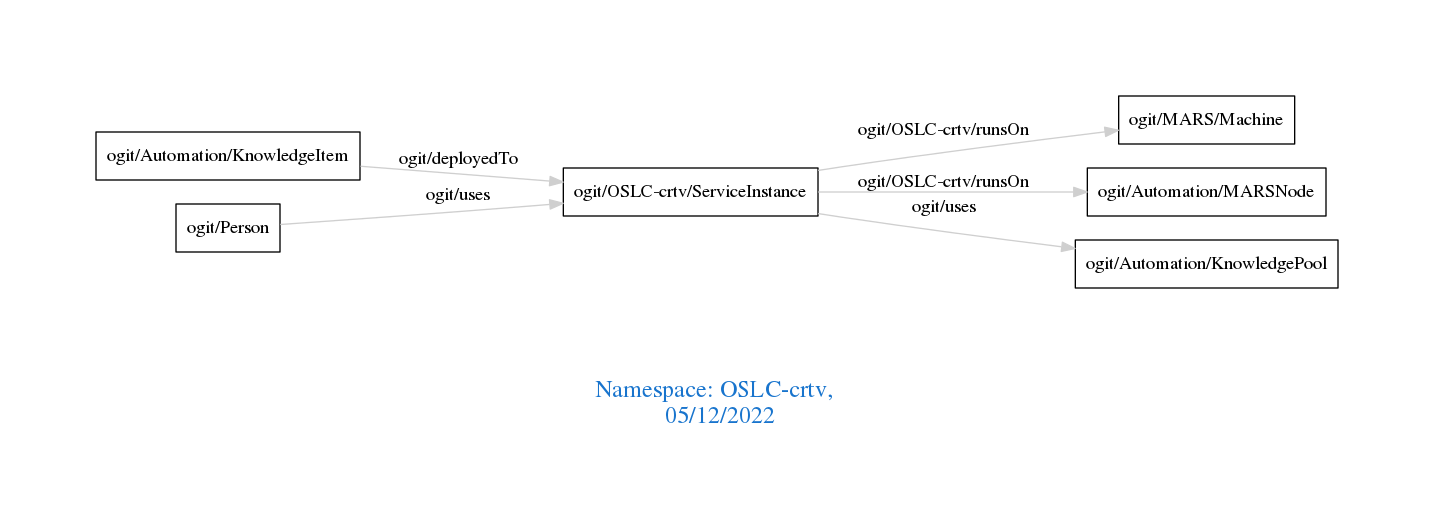
This is downloads/OSLC-crtv.png from arago/OGIT, a Graphviz export, as it was before one commit. Its source is kept beside it as downloads/OSLC-crtv.dot.
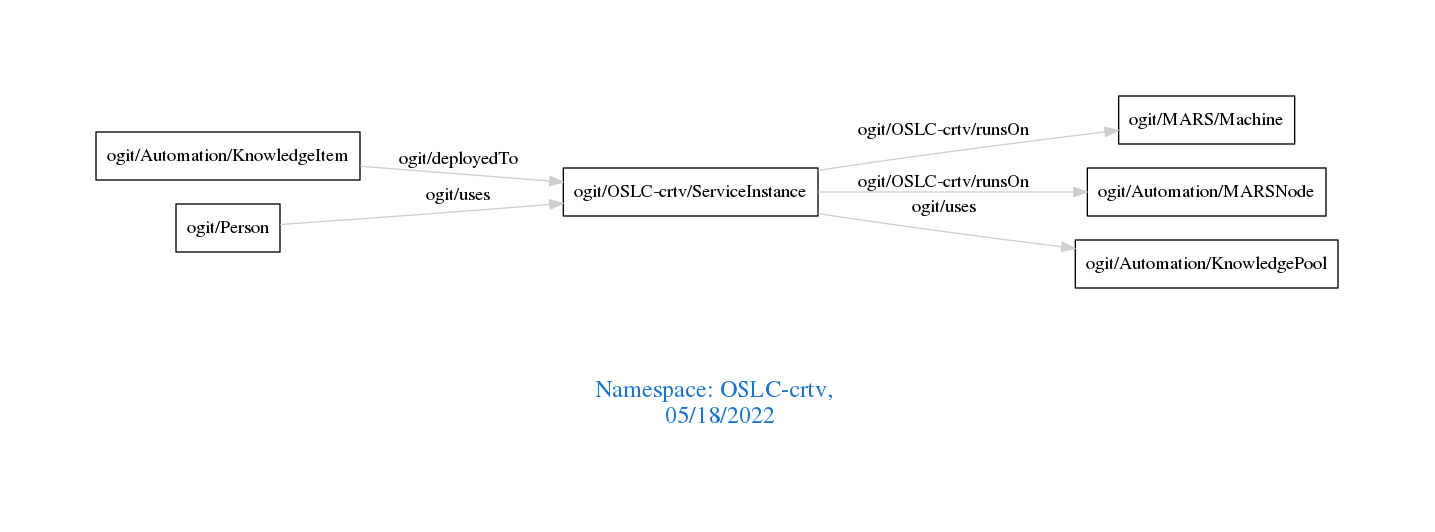
After the commit.

What changed in the source:
```diff
@@ -1,7 +1,7 @@
 digraph OGIT_ontology {
  graph [ rankdir= LR,pad=1
 fontsize = 18,
-fontcolor= dodgerblue3,label = "\n\n\nNamespace: OSLC-crtv, \n 05/12/2022"];
+fontcolor= dodgerblue3,label = "\n\n\nNamespace: OSLC-crtv, \n 05/18/2022"];
 node[shape=polygon];
 edge [  color="gray81"];
 
```
